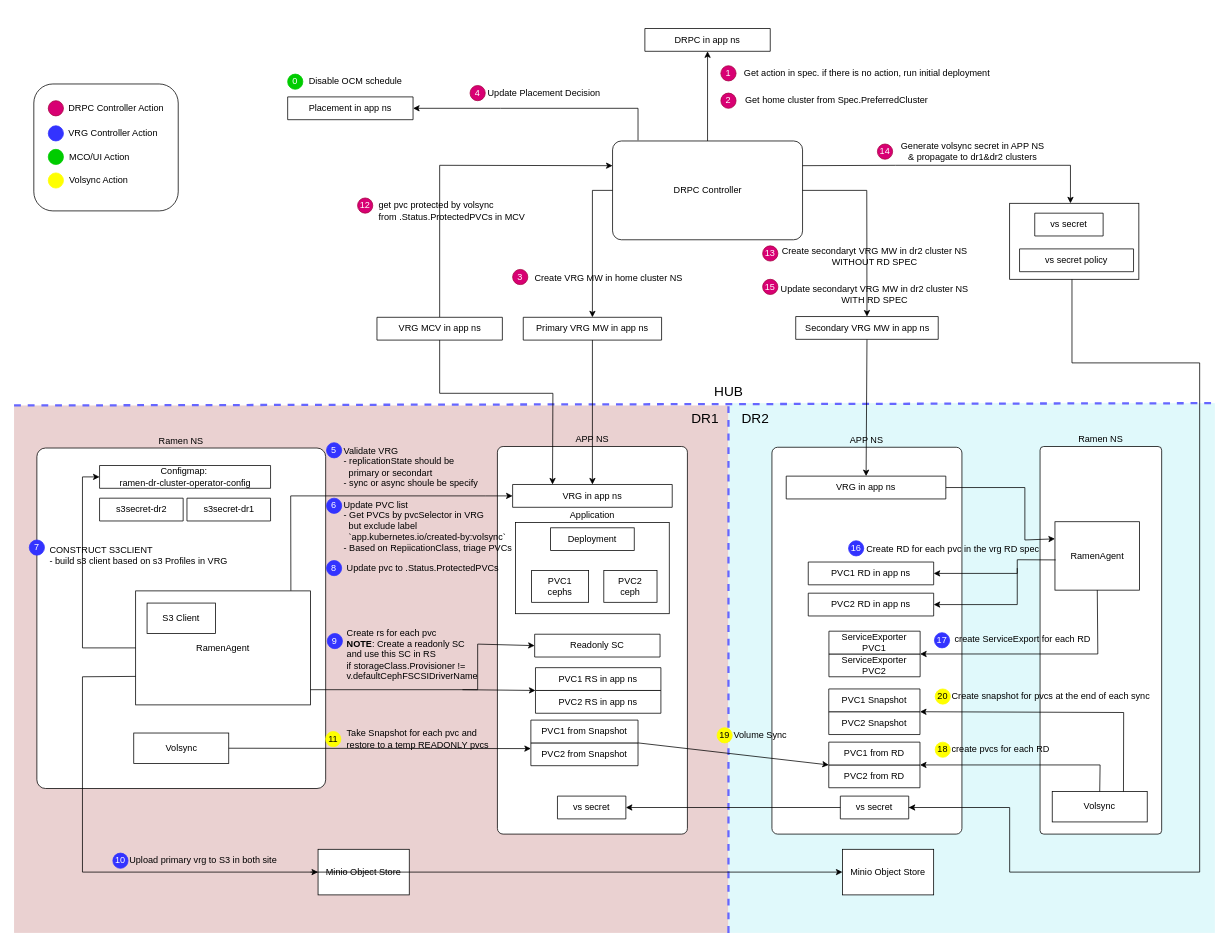
youhangwang/youhangwang.github.io keeps this draw.io diagram as assets/images/posts/ramen-dr-enable.drawio. Above is the earlier version. Source tidied: cells renumbered, new cells numbered last; positions are measured from the earlier drawing's top-left corner, leaving out a move shared by most shapes. Both pictures are drawn from the tidied source at 76%, with x=0, y=0 at pixel (14, 28).
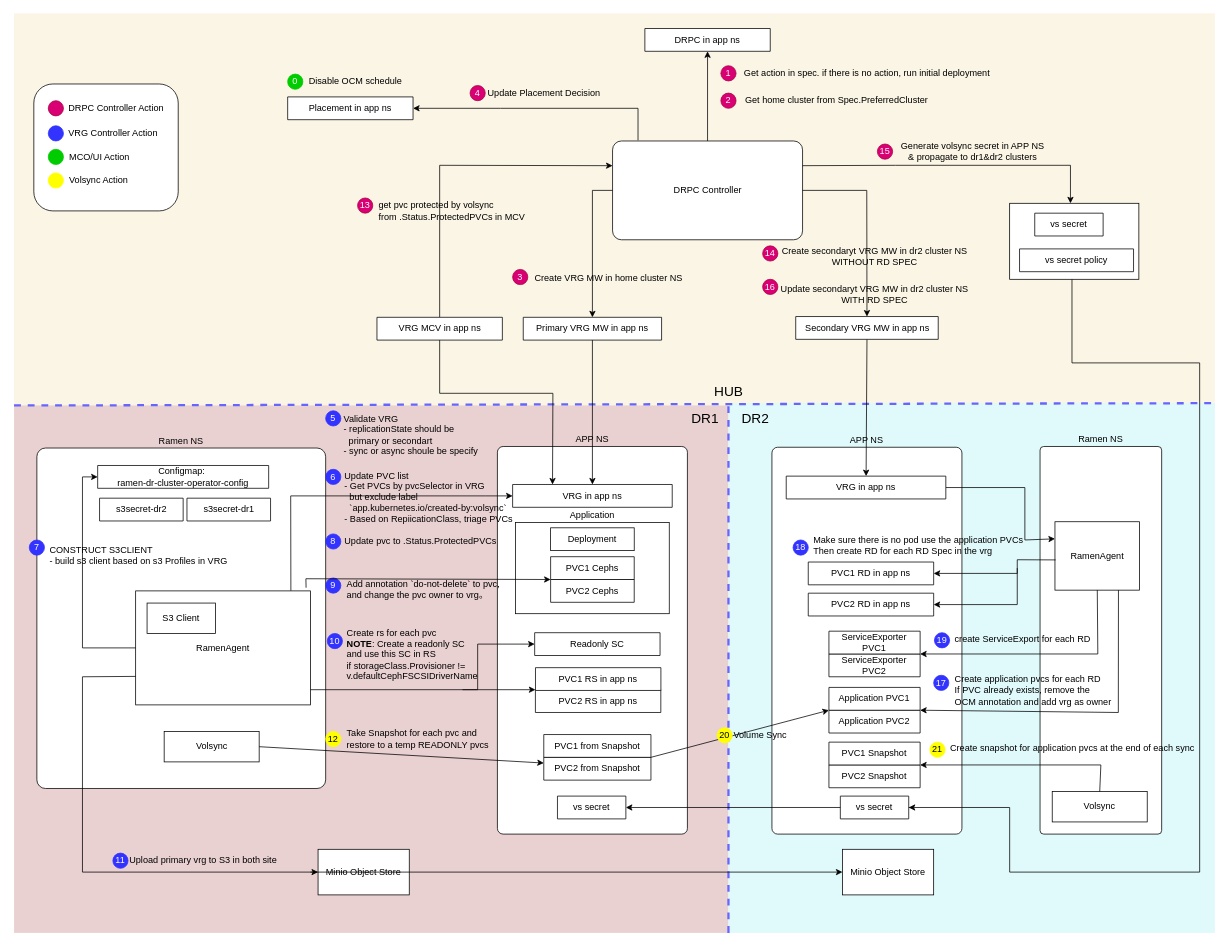
After the change.

Unchanged cells that the change refers to:
```xml
<mxCell id="13" value="RamenAgent" style="rounded=0;whiteSpace=wrap;html=1;labelPosition=center;verticalLabelPosition=middle;align=center;verticalAlign=middle;" parent="1" vertex="1">
  <mxGeometry x="160" y="740" width="230" height="150" as="geometry" />
</mxCell>
<mxCell id="81" value="RamenAgent" style="rounded=0;whiteSpace=wrap;html=1;labelPosition=center;verticalLabelPosition=middle;align=center;verticalAlign=middle;" parent="1" vertex="1">
  <mxGeometry x="1369.6" y="649" width="111.4" height="90" as="geometry" />
</mxCell>
<mxCell id="82" value="Volsync" style="rounded=0;whiteSpace=wrap;html=1;" parent="1" vertex="1">
  <mxGeometry x="1366" y="1004" width="125" height="40" as="geometry" />
</mxCell>
```

The edit, as a diff of the source:
```diff
@@
+    <mxCell id="130" style="rounded=0;whiteSpace=wrap;html=1;fillColor=#fbf5e5;strokeColor=none;" parent="1" vertex="1">
+      <mxGeometry y="-20" width="1580" height="520" as="geometry" />
+    </mxCell>
@@
-    <mxCell id="17" style="group;labelPosition=center;verticalLabelPosition=top;align=center;verticalAlign=bottom;" parent="1" vertex="1">
-      <mxGeometry x="659.9" y="650" width="202.2" height="120" as="geometry" />
-    </mxCell>
-    <mxCell id="18" value="Application" style="rounded=0;whiteSpace=wrap;html=1;labelPosition=center;verticalLabelPosition=top;align=center;verticalAlign=bottom;" parent="17" vertex="1">
-      <mxGeometry width="202.2" height="120" as="geometry" />
-    </mxCell>
-    <mxCell id="19" value="Deployment" style="whiteSpace=wrap;html=1;" parent="17" vertex="1">
-      <mxGeometry x="46.1" y="7" width="110" height="30" as="geometry" />
-    </mxCell>
-    <mxCell id="20" value="PVC1&lt;br&gt;cephs" style="whiteSpace=wrap;html=1;" parent="17" vertex="1">
-      <mxGeometry x="21.1" y="63" width="75" height="42" as="geometry" />
-    </mxCell>
-    <mxCell id="21" value="PVC2&lt;div&gt;ceph&lt;/div&gt;" style="whiteSpace=wrap;html=1;" parent="17" vertex="1">
-      <mxGeometry x="116.1" y="63" width="70" height="42" as="geometry" />
-    </mxCell>
@@
     <mxCell id="30" value="Validate VRG&lt;div&gt;&lt;span style=&quot;&quot;&gt;- replicationState should be&amp;nbsp;&lt;/span&gt;&lt;/div&gt;&lt;div&gt;&lt;span style=&quot;&quot;&gt;&amp;nbsp; primary or secondart&lt;/span&gt;&lt;div style=&quot;&quot;&gt;- sync or async shoule be specify&lt;/div&gt;&lt;/div&gt;" style="text;html=1;align=left;verticalAlign=middle;strokeColor=none;fillColor=none;" parent="1" vertex="1">
-      <mxGeometry x="432.1" y="542" width="200" height="70" as="geometry" />
+      <mxGeometry x="432.1" y="500" width="200" height="70" as="geometry" />
     </mxCell>
     <mxCell id="31" value="5" style="ellipse;whiteSpace=wrap;html=1;fillColor=#3333FF;strokeColor=#3333FF;fontColor=#ffffff;" parent="1" vertex="1">
-      <mxGeometry x="411.1" y="545" width="20" height="20" as="geometry" />
+      <mxGeometry x="410" y="503" width="20" height="20" as="geometry" />
     </mxCell>
@@
     <mxCell id="34" value="Update PVC list&lt;div&gt;- Get PVCs by pvcSelector in VRG&lt;/div&gt;&lt;div&gt;&amp;nbsp; but&amp;nbsp;&lt;span style=&quot;background-color: initial;&quot;&gt;exclude label&amp;nbsp;&lt;/span&gt;&lt;/div&gt;&lt;div&gt;&lt;span style=&quot;background-color: initial;&quot;&gt;&amp;nbsp; `app.kubernetes.io/created-by:volsync`&lt;/span&gt;&lt;/div&gt;&lt;div&gt;- Based on RepiicationClass, t&lt;span style=&quot;background-color: initial;&quot;&gt;riage PVCs&lt;/span&gt;&lt;/div&gt;" style="text;html=1;align=left;verticalAlign=middle;strokeColor=none;fillColor=none;" parent="1" vertex="1">
-      <mxGeometry x="432.1" y="610" width="240" height="90" as="geometry" />
+      <mxGeometry x="433.1" y="572" width="240" height="90" as="geometry" />
     </mxCell>
     <mxCell id="35" value="6" style="ellipse;whiteSpace=wrap;html=1;fillColor=#3333FF;strokeColor=#3333FF;fontColor=#ffffff;" parent="1" vertex="1">
-      <mxGeometry x="411.1" y="618" width="20" height="20" as="geometry" />
+      <mxGeometry x="410" y="580" width="20" height="20" as="geometry" />
     </mxCell>
@@
     <mxCell id="37" value="8" style="ellipse;whiteSpace=wrap;html=1;fillColor=#3333FF;strokeColor=#3333FF;fontColor=#ffffff;" parent="1" vertex="1">
-      <mxGeometry x="411.1" y="700" width="20" height="20" as="geometry" />
+      <mxGeometry x="410" y="665" width="20" height="20" as="geometry" />
     </mxCell>
-    <mxCell id="38" value="9" style="ellipse;whiteSpace=wrap;html=1;fillColor=#3333FF;strokeColor=#3333FF;fontColor=#ffffff;" parent="1" vertex="1">
+    <mxCell id="38" value="10" style="ellipse;whiteSpace=wrap;html=1;fillColor=#3333FF;strokeColor=#3333FF;fontColor=#ffffff;" parent="1" vertex="1">
       <mxGeometry x="412.1" y="796" width="20" height="20" as="geometry" />
     </mxCell>
     <mxCell id="39" value="Update pvc to&amp;nbsp;.Status.ProtectedPVCs" style="text;html=1;align=left;verticalAlign=middle;strokeColor=none;fillColor=none;" parent="1" vertex="1">
-      <mxGeometry x="436" y="695" width="220" height="30" as="geometry" />
+      <mxGeometry x="433.1" y="660" width="220" height="30" as="geometry" />
     </mxCell>
@@
-    <mxCell id="47" value="Configmap:&amp;nbsp;&lt;div&gt;ramen-dr-cluster-operator-config&lt;/div&gt;" style="swimlane;fontStyle=0;horizontal=1;startSize=30;whiteSpace=wrap;html=1;" parent="1" vertex="1" collapsed="1">
-      <mxGeometry x="112.5" y="575" width="225" height="30" as="geometry" />
-    </mxCell>
     <mxCell id="48" value="Volsync" style="rounded=0;whiteSpace=wrap;html=1;" parent="1" vertex="1">
-      <mxGeometry x="157.5" y="927" width="125" height="40" as="geometry" />
+      <mxGeometry x="197.5" y="925" width="125" height="40" as="geometry" />
     </mxCell>
-    <mxCell id="49" value="s3secret-dr1" style="swimlane;fontStyle=0;horizontal=1;startSize=30;whiteSpace=wrap;html=1;" parent="1" vertex="1" collapsed="1">
-      <mxGeometry x="227.5" y="618" width="110" height="30" as="geometry" />
-    </mxCell>
-    <mxCell id="50" value="s3secret-dr2" style="swimlane;fontStyle=0;horizontal=1;startSize=30;whiteSpace=wrap;html=1;" parent="1" vertex="1" collapsed="1">
-      <mxGeometry x="112.5" y="618" width="110" height="30" as="geometry" />
-    </mxCell>
@@
-    <mxCell id="53" value="&lt;font color=&quot;#000000&quot;&gt;11&lt;/font&gt;" style="ellipse;whiteSpace=wrap;html=1;fillColor=#FFFF00;strokeColor=#FFFF00;fontColor=#ffffff;" parent="1" vertex="1">
+    <mxCell id="53" value="&lt;font color=&quot;#000000&quot;&gt;12&lt;/font&gt;" style="ellipse;whiteSpace=wrap;html=1;fillColor=#FFFF00;strokeColor=#FFFF00;fontColor=#ffffff;" parent="1" vertex="1">
       <mxGeometry x="410" y="925" width="20" height="20" as="geometry" />
     </mxCell>
@@
-    <mxCell id="58" value="10" style="ellipse;whiteSpace=wrap;html=1;fillColor=#3333FF;strokeColor=#3333FF;fontColor=#ffffff;" parent="1" vertex="1">
+    <mxCell id="58" value="11" style="ellipse;whiteSpace=wrap;html=1;fillColor=#3333FF;strokeColor=#3333FF;fontColor=#ffffff;" parent="1" vertex="1">
       <mxGeometry x="130" y="1085" width="20" height="20" as="geometry" />
     </mxCell>
@@
-    <mxCell id="62" value="12" style="ellipse;whiteSpace=wrap;html=1;fillColor=#d80073;strokeColor=#A50040;fontColor=#ffffff;" parent="1" vertex="1">
+    <mxCell id="62" value="13" style="ellipse;whiteSpace=wrap;html=1;fillColor=#d80073;strokeColor=#A50040;fontColor=#ffffff;" parent="1" vertex="1">
       <mxGeometry x="452" y="223" width="20" height="20" as="geometry" />
     </mxCell>
@@
-    <mxCell id="69" value="13" style="ellipse;whiteSpace=wrap;html=1;fillColor=#d80073;strokeColor=#A50040;fontColor=#ffffff;" parent="1" vertex="1">
+    <mxCell id="69" value="14" style="ellipse;whiteSpace=wrap;html=1;fillColor=#d80073;strokeColor=#A50040;fontColor=#ffffff;" parent="1" vertex="1">
       <mxGeometry x="985" y="286" width="20" height="20" as="geometry" />
     </mxCell>
@@
-    <mxCell id="71" value="vs secret" style="swimlane;fontStyle=0;horizontal=1;startSize=30;whiteSpace=wrap;html=1;" parent="1" vertex="1" collapsed="1">
-      <mxGeometry x="1343" y="243" width="90" height="30" as="geometry" />
-    </mxCell>
@@
-    <mxCell id="74" value="14" style="ellipse;whiteSpace=wrap;html=1;fillColor=#d80073;strokeColor=#A50040;fontColor=#ffffff;" parent="1" vertex="1">
+    <mxCell id="74" value="15" style="ellipse;whiteSpace=wrap;html=1;fillColor=#d80073;strokeColor=#A50040;fontColor=#ffffff;" parent="1" vertex="1">
       <mxGeometry x="1136" y="152" width="20" height="20" as="geometry" />
     </mxCell>
@@
-    <mxCell id="76" value="vs secret policy" style="swimlane;fontStyle=0;horizontal=1;startSize=30;whiteSpace=wrap;html=1;" parent="1" vertex="1" collapsed="1">
-      <mxGeometry x="1323" y="290" width="150" height="30" as="geometry" />
-    </mxCell>
@@
-    <mxCell id="79" value="15" style="ellipse;whiteSpace=wrap;html=1;fillColor=#d80073;strokeColor=#A50040;fontColor=#ffffff;" parent="1" vertex="1">
+    <mxCell id="79" value="16" style="ellipse;whiteSpace=wrap;html=1;fillColor=#d80073;strokeColor=#A50040;fontColor=#ffffff;" parent="1" vertex="1">
       <mxGeometry x="985" y="330" width="20" height="20" as="geometry" />
     </mxCell>
@@
-    <mxCell id="86" value="Create RD for each pvc in the vrg RD spec" style="text;html=1;align=center;verticalAlign=middle;strokeColor=none;fillColor=none;" parent="1" vertex="1">
-      <mxGeometry x="1110" y="670" width="250" height="30" as="geometry" />
+    <mxCell id="86" value="&lt;div&gt;Make sure there is no pod use the application PVCs&lt;/div&gt;Then create RD for each RD Spec in the vrg" style="text;html=1;align=left;verticalAlign=middle;strokeColor=none;fillColor=none;" parent="1" vertex="1">
+      <mxGeometry x="1050" y="660" width="300" height="40" as="geometry" />
     </mxCell>
-    <mxCell id="87" value="16" style="ellipse;whiteSpace=wrap;html=1;fillColor=#3333FF;strokeColor=#3333FF;fontColor=#ffffff;" parent="1" vertex="1">
-      <mxGeometry x="1098" y="674" width="20" height="20" as="geometry" />
+    <mxCell id="87" value="18" style="ellipse;whiteSpace=wrap;html=1;fillColor=#3333FF;strokeColor=#3333FF;fontColor=#ffffff;" parent="1" vertex="1">
+      <mxGeometry x="1025" y="673" width="20" height="20" as="geometry" />
     </mxCell>
-    <mxCell id="88" style="endArrow=classic;html=1;rounded=0;entryX=1;entryY=1;entryDx=0;entryDy=0;exitX=0.5;exitY=0;exitDx=0;exitDy=0;jumpStyle=arc;" parent="1" edge="1" source="82" target="110">
+    <mxCell id="88" style="endArrow=classic;html=1;rounded=0;entryX=1;entryY=1;entryDx=0;entryDy=0;exitX=0.75;exitY=1;exitDx=0;exitDy=0;jumpStyle=arc;" parent="1" edge="1" source="81" target="110">
       <mxGeometry relative="1" as="geometry">
         <Array as="points">
-          <mxPoint x="1429" y="969" />
+          <mxPoint x="1453" y="900" />
         </Array>
       </mxGeometry>
     </mxCell>
-    <mxCell id="89" value="create pvcs for each RD" style="text;html=1;align=left;verticalAlign=middle;strokeColor=none;fillColor=none;" parent="1" vertex="1">
-      <mxGeometry x="1232" y="934" width="150" height="30" as="geometry" />
+    <mxCell id="89" value="Create application pvcs for each RD&lt;div&gt;If PVC already exists, remove the&amp;nbsp;&lt;/div&gt;&lt;div&gt;OCM annotation and add vrg as owner&lt;/div&gt;" style="text;html=1;align=left;verticalAlign=middle;strokeColor=none;fillColor=none;" parent="1" vertex="1">
+      <mxGeometry x="1236" y="841" width="230" height="60" as="geometry" />
     </mxCell>
-    <mxCell id="90" value="&lt;font color=&quot;#000000&quot;&gt;18&lt;/font&gt;" style="ellipse;whiteSpace=wrap;html=1;fillColor=#FFFF00;strokeColor=#FFFF00;fontColor=#ffffff;" parent="1" vertex="1">
-      <mxGeometry x="1212" y="939" width="20" height="20" as="geometry" />
+    <mxCell id="90" value="&lt;font&gt;17&lt;/font&gt;" style="ellipse;whiteSpace=wrap;html=1;fillColor=#3333FF;strokeColor=#3333FF;fontColor=#FFFFFF;align=center;verticalAlign=middle;fontFamily=Helvetica;fontSize=12;" parent="1" vertex="1">
+      <mxGeometry x="1210" y="851" width="20" height="20" as="geometry" />
     </mxCell>
-    <mxCell id="91" style="endArrow=classic;html=1;rounded=0;entryX=1;entryY=0;entryDx=0;entryDy=0;exitX=0.75;exitY=0;exitDx=0;exitDy=0;jumpStyle=arc;" parent="1" edge="1" source="82" target="111">
+    <mxCell id="91" style="endArrow=classic;html=1;rounded=0;entryX=1;entryY=0;entryDx=0;entryDy=0;exitX=0.5;exitY=0;exitDx=0;exitDy=0;jumpStyle=arc;" parent="1" edge="1" source="82" target="111">
       <mxGeometry relative="1" as="geometry">
         <Array as="points">
-          <mxPoint x="1460" y="900" />
+          <mxPoint x="1430" y="969" />
         </Array>
       </mxGeometry>
     </mxCell>
-    <mxCell id="92" value="Create snapshot for pvcs at the end of each sync" style="text;html=1;align=left;verticalAlign=middle;strokeColor=none;fillColor=none;" parent="1" vertex="1">
-      <mxGeometry x="1232" y="864" width="280" height="30" as="geometry" />
+    <mxCell id="92" value="Create snapshot for application pvcs at the end of each sync" style="text;html=1;align=left;verticalAlign=middle;strokeColor=none;fillColor=none;" parent="1" vertex="1">
+      <mxGeometry x="1230" y="932" width="350" height="30" as="geometry" />
     </mxCell>
-    <mxCell id="93" value="&lt;font color=&quot;#000000&quot;&gt;20&lt;/font&gt;" style="ellipse;whiteSpace=wrap;html=1;fillColor=#FFFF00;strokeColor=#FFFF00;fontColor=#ffffff;" parent="1" vertex="1">
-      <mxGeometry x="1212" y="869" width="20" height="20" as="geometry" />
+    <mxCell id="93" value="&lt;font color=&quot;#000000&quot;&gt;21&lt;/font&gt;" style="ellipse;whiteSpace=wrap;html=1;fillColor=#FFFF00;strokeColor=#FFFF00;fontColor=#ffffff;" parent="1" vertex="1">
+      <mxGeometry x="1205" y="939" width="20" height="20" as="geometry" />
     </mxCell>
@@
-    <mxCell id="96" value="17" style="ellipse;whiteSpace=wrap;html=1;fillColor=#3333FF;strokeColor=#3333FF;fontColor=#ffffff;" parent="1" vertex="1">
+    <mxCell id="96" value="19" style="ellipse;whiteSpace=wrap;html=1;fillColor=#3333FF;strokeColor=#3333FF;fontColor=#ffffff;" parent="1" vertex="1">
       <mxGeometry x="1211" y="795" width="20" height="20" as="geometry" />
     </mxCell>
@@
-    <mxCell id="106" value="&lt;font color=&quot;#000000&quot;&gt;19&lt;/font&gt;" style="ellipse;whiteSpace=wrap;html=1;fillColor=#FFFF00;strokeColor=#FFFF00;fontColor=#ffffff;" parent="1" vertex="1">
+    <mxCell id="106" value="&lt;font color=&quot;#000000&quot;&gt;20&lt;/font&gt;" style="ellipse;whiteSpace=wrap;html=1;fillColor=#FFFF00;strokeColor=#FFFF00;fontColor=#ffffff;" parent="1" vertex="1">
       <mxGeometry x="925" y="920" width="20" height="20" as="geometry" />
     </mxCell>
@@
+    <mxCell id="131" value="9" style="ellipse;whiteSpace=wrap;html=1;fillColor=#3333FF;strokeColor=#3333FF;fontColor=#ffffff;" parent="1" vertex="1">
+      <mxGeometry x="410" y="723" width="20" height="20" as="geometry" />
+    </mxCell>
+    <mxCell id="132" value="&lt;font style=&quot;forced-color-adjust: none; font-family: Helvetica; font-size: 12px; font-style: normal; font-variant-ligatures: normal; font-variant-caps: normal; letter-spacing: normal; orphans: 2; text-align: left; text-indent: 0px; text-transform: none; widows: 2; word-spacing: 0px; -webkit-text-stroke-width: 0px; white-space: nowrap; text-decoration-thickness: initial; text-decoration-style: initial; text-decoration-color: initial;&quot;&gt;&lt;span style=&quot;forced-color-adjust: none;&quot;&gt;Add annotation `do-not-delete` to pvc,&lt;/span&gt;&lt;/font&gt;&lt;div style=&quot;forced-color-adjust: none; font-family: Helvetica; font-size: 12px; font-style: normal; font-variant-ligatures: normal; font-variant-caps: normal; letter-spacing: normal; orphans: 2; text-align: left; text-indent: 0px; text-transform: none; widows: 2; word-spacing: 0px; -webkit-text-stroke-width: 0px; white-space: nowrap; text-decoration-thickness: initial; text-decoration-style: initial; text-decoration-color: initial;&quot;&gt;&lt;font style=&quot;forced-color-adjust: none;&quot;&gt;&lt;span style=&quot;forced-color-adjust: none;&quot;&gt;and change the pvc owner to vrg。&lt;/span&gt;&lt;/font&gt;&lt;/div&gt;" style="text;whiteSpace=wrap;html=1;" parent="1" vertex="1">
+      <mxGeometry x="436.1" y="718" width="250" height="50" as="geometry" />
+    </mxCell>
+    <mxCell id="133" style="endArrow=classic;html=1;rounded=0;entryX=0.5;entryY=0;entryDx=0;entryDy=0;" parent="1" edge="1">
+      <mxGeometry relative="1" as="geometry">
+        <mxPoint x="720" y="700" as="sourcePoint" />
+        <mxPoint x="811" y="713" as="targetPoint" />
+        <Array as="points">
+          <mxPoint x="811" y="700" />
+        </Array>
+      </mxGeometry>
+    </mxCell>
+    <mxCell id="18" value="Application" style="rounded=0;whiteSpace=wrap;html=1;labelPosition=center;verticalLabelPosition=top;align=center;verticalAlign=bottom;" parent="1" vertex="1">
+      <mxGeometry x="659.9" y="650" width="202.2" height="120" as="geometry" />
+    </mxCell>
+    <mxCell id="134" style="endArrow=classic;html=1;rounded=0;entryX=0;entryY=0;entryDx=0;entryDy=0;exitX=0.975;exitY=-0.028;exitDx=0;exitDy=0;exitPerimeter=0;" parent="1" edge="1" source="13" target="135">
+      <mxGeometry relative="1" as="geometry">
+        <Array as="points">
+          <mxPoint x="384" y="724" />
+        </Array>
+      </mxGeometry>
+    </mxCell>
@@
+    <mxCell id="111" value="PVC2 Snapshot" style="swimlane;fontStyle=0;horizontal=1;startSize=30;whiteSpace=wrap;html=1;" parent="1" vertex="1" collapsed="1">
+      <mxGeometry x="1072.2" y="969" width="120" height="30" as="geometry" />
+    </mxCell>
+    <mxCell id="112" value="PVC1 Snapshot" style="swimlane;fontStyle=0;horizontal=1;startSize=30;whiteSpace=wrap;html=1;" parent="1" vertex="1" collapsed="1">
+      <mxGeometry x="1072.2" y="939" width="120" height="30" as="geometry" />
+    </mxCell>
-    <mxCell id="109" value="PVC2 from RD" style="swimlane;fontStyle=0;horizontal=1;startSize=30;whiteSpace=wrap;html=1;" parent="1" vertex="1" collapsed="1">
-      <mxGeometry x="1072" y="969" width="120" height="30" as="geometry" />
+    <mxCell id="109" value="Application PVC2" style="swimlane;fontStyle=0;horizontal=1;startSize=30;whiteSpace=wrap;html=1;" parent="1" vertex="1" collapsed="1">
+      <mxGeometry x="1072.2" y="897" width="120" height="30" as="geometry" />
     </mxCell>
-    <mxCell id="110" value="PVC1 from RD" style="swimlane;fontStyle=0;horizontal=1;startSize=30;whiteSpace=wrap;html=1;" parent="1" vertex="1" collapsed="1">
-      <mxGeometry x="1072" y="939" width="120" height="30" as="geometry" />
+    <mxCell id="110" value="Application PVC1" style="swimlane;fontStyle=0;horizontal=1;startSize=30;whiteSpace=wrap;html=1;" parent="1" vertex="1" collapsed="1">
+      <mxGeometry x="1072.2" y="867" width="120" height="30" as="geometry" />
     </mxCell>
-    <mxCell id="111" value="PVC2 Snapshot" style="swimlane;fontStyle=0;horizontal=1;startSize=30;whiteSpace=wrap;html=1;" parent="1" vertex="1" collapsed="1">
-      <mxGeometry x="1072" y="899" width="120" height="30" as="geometry" />
-    </mxCell>
-    <mxCell id="112" value="PVC1 Snapshot" style="swimlane;fontStyle=0;horizontal=1;startSize=30;whiteSpace=wrap;html=1;" parent="1" vertex="1" collapsed="1">
-      <mxGeometry x="1072" y="869" width="120" height="30" as="geometry" />
-    </mxCell>
@@
     <mxCell id="119" value="PVC2 from Snapshot" style="swimlane;fontStyle=0;horizontal=1;startSize=30;whiteSpace=wrap;html=1;" parent="1" vertex="1" collapsed="1">
-      <mxGeometry x="680" y="940" width="141" height="30" as="geometry" />
+      <mxGeometry x="697" y="959" width="141" height="30" as="geometry" />
     </mxCell>
     <mxCell id="120" value="PVC1 from Snapshot" style="swimlane;fontStyle=0;horizontal=1;startSize=30;whiteSpace=wrap;html=1;" parent="1" vertex="1" collapsed="1">
-      <mxGeometry x="680" y="910" width="141" height="30" as="geometry" />
+      <mxGeometry x="697" y="929" width="141" height="30" as="geometry" />
     </mxCell>
     <mxCell id="121" value="PVC2 RS in app ns" style="swimlane;fontStyle=0;horizontal=1;startSize=30;whiteSpace=wrap;html=1;" parent="1" vertex="1" collapsed="1">
-      <mxGeometry x="686.1" y="871" width="165" height="30" as="geometry" />
+      <mxGeometry x="686" y="870" width="165" height="30" as="geometry" />
     </mxCell>
@@
     <mxCell id="123" value="Readonly SC" style="swimlane;fontStyle=0;horizontal=1;startSize=30;whiteSpace=wrap;html=1;" parent="1" vertex="1" collapsed="1">
-      <mxGeometry x="685" y="797" width="165" height="30" as="geometry" />
+      <mxGeometry x="685" y="795" width="165" height="30" as="geometry" />
     </mxCell>
+    <mxCell id="135" value="PVC2 Cephs" style="swimlane;fontStyle=0;horizontal=1;startSize=30;whiteSpace=wrap;html=1;" parent="1" vertex="1" collapsed="1">
+      <mxGeometry x="706" y="725" width="110" height="30" as="geometry" />
+    </mxCell>
+    <mxCell id="136" value="PVC1 Cephs" style="swimlane;fontStyle=0;horizontal=1;startSize=30;whiteSpace=wrap;html=1;" parent="1" vertex="1" collapsed="1">
+      <mxGeometry x="706" y="695" width="110" height="30" as="geometry" />
+    </mxCell>
+    <mxCell id="19" value="Deployment" style="whiteSpace=wrap;html=1;" parent="1" vertex="1">
+      <mxGeometry x="706" y="657" width="110" height="30" as="geometry" />
+    </mxCell>
@@
+    <mxCell id="49" value="s3secret-dr1" style="swimlane;fontStyle=0;horizontal=1;startSize=30;whiteSpace=wrap;html=1;" parent="1" vertex="1" collapsed="1">
+      <mxGeometry x="227.5" y="618" width="110" height="30" as="geometry" />
+    </mxCell>
+    <mxCell id="50" value="s3secret-dr2" style="swimlane;fontStyle=0;horizontal=1;startSize=30;whiteSpace=wrap;html=1;" parent="1" vertex="1" collapsed="1">
+      <mxGeometry x="112.5" y="618" width="110" height="30" as="geometry" />
+    </mxCell>
+    <mxCell id="47" value="Configmap:&amp;nbsp;&lt;div&gt;ramen-dr-cluster-operator-config&lt;/div&gt;" style="swimlane;fontStyle=0;horizontal=1;startSize=30;whiteSpace=wrap;html=1;" parent="1" vertex="1" collapsed="1">
+      <mxGeometry x="110" y="575" width="225" height="30" as="geometry" />
+    </mxCell>
+    <mxCell id="76" value="vs secret policy" style="swimlane;fontStyle=0;horizontal=1;startSize=30;whiteSpace=wrap;html=1;" parent="1" vertex="1" collapsed="1">
+      <mxGeometry x="1323" y="290" width="150" height="30" as="geometry" />
+    </mxCell>
+    <mxCell id="71" value="vs secret" style="swimlane;fontStyle=0;horizontal=1;startSize=30;whiteSpace=wrap;html=1;" parent="1" vertex="1" collapsed="1">
+      <mxGeometry x="1343" y="243" width="90" height="30" as="geometry" />
+    </mxCell>
```
